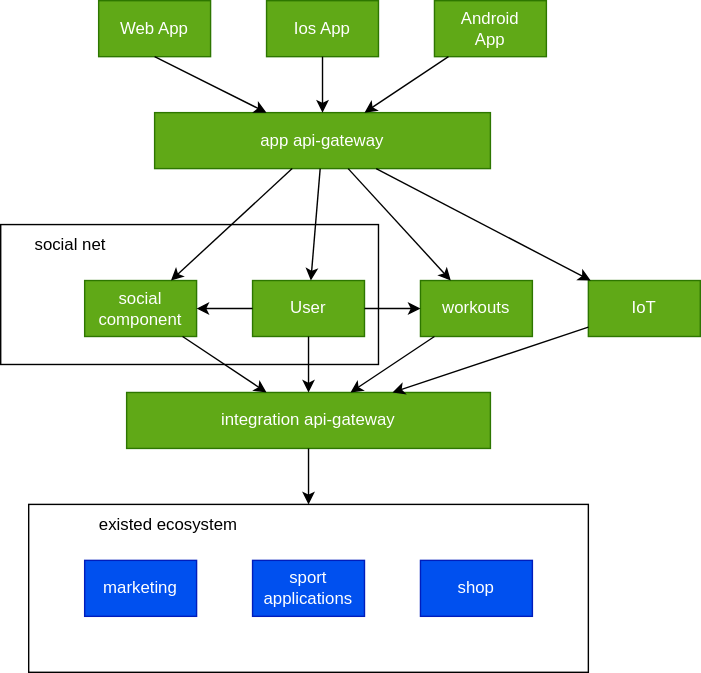
The draw.io diagram app/_13_BaseArchitecture.svg in maxasper/sb_arch_graduation_work, before a commit. Source tidied: cells renumbered, new cells last; positions are measured from the earlier drawing's top-left corner, leaving out a move shared by most shapes.
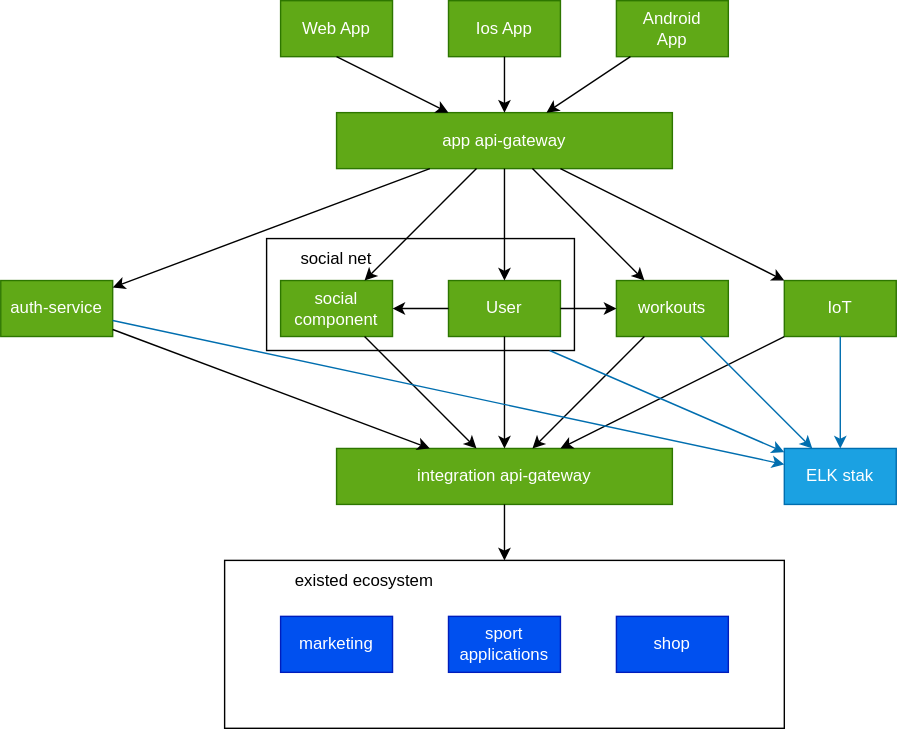
After the change.

The edit, as a diff of the source:
```diff
@@ -3,10 +3,10 @@
     <mxCell id="0" />
     <mxCell id="1" parent="0" />
     <mxCell id="2" style="rounded=0;whiteSpace=wrap;html=1;" parent="1" vertex="1">
-      <mxGeometry y="160" width="270" height="100" as="geometry" />
+      <mxGeometry x="50" y="170" width="220" height="80" as="geometry" />
     </mxCell>
     <mxCell id="3" style="rounded=0;whiteSpace=wrap;html=1;" parent="1" vertex="1">
-      <mxGeometry x="20" y="360" width="400" height="120" as="geometry" />
+      <mxGeometry x="20" y="400" width="400" height="120" as="geometry" />
     </mxCell>
     <mxCell id="4" value="User" style="rounded=0;whiteSpace=wrap;html=1;fillColor=#60a917;strokeColor=#2D7600;fontColor=#ffffff;" parent="1" vertex="1">
       <mxGeometry x="180" y="200" width="80" height="40" as="geometry" />
@@ -15,13 +15,13 @@
       <mxGeometry x="300" y="200" width="80" height="40" as="geometry" />
     </mxCell>
     <mxCell id="6" value="Web App" style="rounded=0;whiteSpace=wrap;html=1;fillColor=#60a917;strokeColor=#2D7600;fontColor=#ffffff;" parent="1" vertex="1">
-      <mxGeometry x="70" width="80" height="40" as="geometry" />
+      <mxGeometry x="60" width="80" height="40" as="geometry" />
     </mxCell>
     <mxCell id="7" value="Ios App" style="rounded=0;whiteSpace=wrap;html=1;fillColor=#60a917;strokeColor=#2D7600;fontColor=#ffffff;" parent="1" vertex="1">
-      <mxGeometry x="190" width="80" height="40" as="geometry" />
+      <mxGeometry x="180" width="80" height="40" as="geometry" />
     </mxCell>
     <mxCell id="8" value="Android &lt;br&gt;App" style="rounded=0;whiteSpace=wrap;html=1;fillColor=#60a917;strokeColor=#2D7600;fontColor=#ffffff;" parent="1" vertex="1">
-      <mxGeometry x="310" width="80" height="40" as="geometry" />
+      <mxGeometry x="300" width="80" height="40" as="geometry" />
     </mxCell>
     <mxCell id="9" style="endArrow=classic;html=1;rounded=0;" parent="1" edge="1" source="4" target="5">
       <mxGeometry relative="1" as="geometry" />
@@ -33,16 +33,16 @@
       <mxGeometry relative="1" as="geometry" />
     </mxCell>
     <mxCell id="12" value="marketing" style="rounded=0;whiteSpace=wrap;html=1;fillColor=#0050ef;strokeColor=#001DBC;fontColor=#ffffff;" parent="1" vertex="1">
-      <mxGeometry x="60" y="400" width="80" height="40" as="geometry" />
+      <mxGeometry x="60" y="440" width="80" height="40" as="geometry" />
     </mxCell>
     <mxCell id="13" value="app api-gateway" style="rounded=0;whiteSpace=wrap;html=1;fillColor=#60a917;strokeColor=#2D7600;fontColor=#ffffff;" parent="1" vertex="1">
-      <mxGeometry x="110" y="80" width="240" height="40" as="geometry" />
+      <mxGeometry x="100" y="80" width="240" height="40" as="geometry" />
     </mxCell>
     <mxCell id="14" value="sport applications" style="rounded=0;whiteSpace=wrap;html=1;fillColor=#0050ef;strokeColor=#001DBC;fontColor=#ffffff;" parent="1" vertex="1">
-      <mxGeometry x="180" y="400" width="80" height="40" as="geometry" />
+      <mxGeometry x="180" y="440" width="80" height="40" as="geometry" />
     </mxCell>
     <mxCell id="15" value="integration api-gateway" style="rounded=0;whiteSpace=wrap;html=1;fillColor=#60a917;strokeColor=#2D7600;direction=west;fontColor=#ffffff;" parent="1" vertex="1">
-      <mxGeometry x="90" y="280" width="260" height="40" as="geometry" />
+      <mxGeometry x="100" y="320" width="240" height="40" as="geometry" />
     </mxCell>
     <mxCell id="16" style="endArrow=classic;html=1;rounded=0;exitX=0.5;exitY=1;exitDx=0;exitDy=0;" parent="1" edge="1" source="6" target="13">
       <mxGeometry relative="1" as="geometry" />
@@ -54,7 +54,7 @@
       <mxGeometry relative="1" as="geometry" />
     </mxCell>
     <mxCell id="19" value="existed ecosystem" style="text;html=1;strokeColor=none;fillColor=none;align=center;verticalAlign=middle;whiteSpace=wrap;rounded=0;" parent="1" vertex="1">
-      <mxGeometry x="20" y="360" width="200" height="30" as="geometry" />
+      <mxGeometry x="20" y="400" width="200" height="30" as="geometry" />
     </mxCell>
     <mxCell id="20" style="endArrow=classic;html=1;rounded=0;" parent="1" edge="1" source="13" target="5">
       <mxGeometry relative="1" as="geometry" />
@@ -78,7 +78,7 @@
       <mxGeometry relative="1" as="geometry" />
     </mxCell>
     <mxCell id="27" value="shop" style="rounded=0;whiteSpace=wrap;html=1;fillColor=#0050ef;strokeColor=#001DBC;fontColor=#ffffff;" parent="1" vertex="1">
-      <mxGeometry x="300" y="400" width="80" height="40" as="geometry" />
+      <mxGeometry x="300" y="440" width="80" height="40" as="geometry" />
     </mxCell>
     <mxCell id="28" value="IoT" style="rounded=0;whiteSpace=wrap;html=1;fillColor=#60a917;strokeColor=#2D7600;fontColor=#ffffff;" parent="1" vertex="1">
       <mxGeometry x="420" y="200" width="80" height="40" as="geometry" />
@@ -90,7 +90,31 @@
       <mxGeometry relative="1" as="geometry" />
     </mxCell>
     <mxCell id="31" value="social net" style="text;html=1;strokeColor=none;fillColor=none;align=center;verticalAlign=middle;whiteSpace=wrap;rounded=0;" parent="1" vertex="1">
-      <mxGeometry y="160" width="100" height="30" as="geometry" />
+      <mxGeometry x="50" y="170" width="100" height="30" as="geometry" />
     </mxCell>
+    <mxCell id="32" value="auth-service" style="rounded=0;whiteSpace=wrap;html=1;fillColor=#60a917;strokeColor=#2D7600;fontColor=#ffffff;" parent="1" vertex="1">
+      <mxGeometry x="-140" y="200" width="80" height="40" as="geometry" />
+    </mxCell>
+    <mxCell id="33" style="endArrow=classic;html=1;rounded=0;" parent="1" edge="1" source="13" target="32">
+      <mxGeometry relative="1" as="geometry" />
+    </mxCell>
+    <mxCell id="34" style="endArrow=classic;html=1;rounded=0;" parent="1" edge="1" source="32" target="15">
+      <mxGeometry relative="1" as="geometry" />
+    </mxCell>
+    <mxCell id="35" value="ELK stak" style="rounded=0;whiteSpace=wrap;html=1;fillColor=#1ba1e2;fontColor=#ffffff;strokeColor=#006EAF;" parent="1" vertex="1">
+      <mxGeometry x="420" y="320" width="80" height="40" as="geometry" />
+    </mxCell>
+    <mxCell id="36" style="endArrow=classic;html=1;rounded=0;fillColor=#1ba1e2;strokeColor=#006EAF;" parent="1" edge="1" source="32" target="35">
+      <mxGeometry relative="1" as="geometry" />
+    </mxCell>
+    <mxCell id="37" style="endArrow=classic;html=1;rounded=0;fillColor=#1ba1e2;strokeColor=#006EAF;" parent="1" edge="1" source="2" target="35">
+      <mxGeometry relative="1" as="geometry" />
+    </mxCell>
+    <mxCell id="38" style="endArrow=classic;html=1;rounded=0;fillColor=#1ba1e2;strokeColor=#006EAF;" parent="1" edge="1" source="5" target="35">
+      <mxGeometry relative="1" as="geometry" />
+    </mxCell>
+    <mxCell id="39" style="endArrow=classic;html=1;rounded=0;fillColor=#1ba1e2;strokeColor=#006EAF;" parent="1" edge="1" source="28" target="35">
+      <mxGeometry relative="1" as="geometry" />
+    </mxCell>
   </root>
 </mxGraphModel>
```
